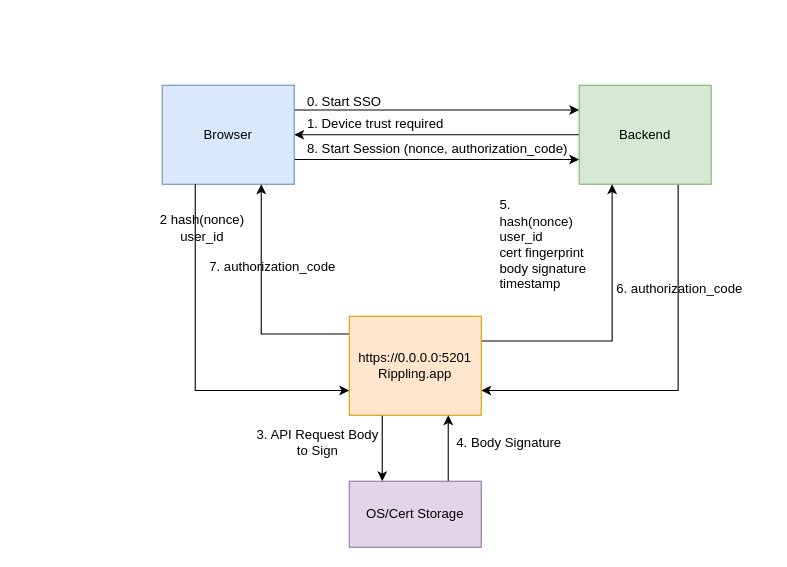
The draw.io diagram Untitled Diagram June 24, 2024.drawio in hyzhangsf/back_up_scripts, before the edit. Source tidied: cells renumbered, new cells numbered last; positions are measured from the earlier drawing's top-left corner, leaving out a move shared by most shapes. Both pictures are drawn from the tidied source at 110%, with x=0, y=0 at pixel (146, 85).
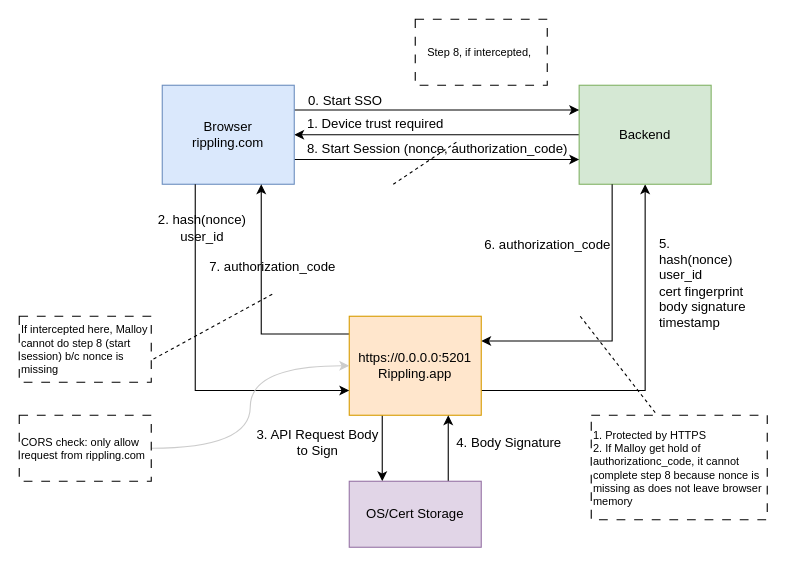
The same diagram, later.

The change refers to these unchanged cells:
```xml
<mxCell id="4" value="Backend" style="rounded=0;whiteSpace=wrap;html=1;fillColor=#d5e8d4;strokeColor=#82b366;" parent="1" vertex="1">
  <mxGeometry x="393" width="120" height="90" as="geometry" />
</mxCell>
<mxCell id="11" value="&lt;div&gt;https://0.0.0.0:5201&lt;/div&gt;Rippling.app" style="rounded=0;whiteSpace=wrap;html=1;fillColor=#ffe6cc;strokeColor=#d79b00;" parent="1" vertex="1">
  <mxGeometry x="184" y="210" width="120" height="90" as="geometry" />
</mxCell>
```

What changed in the source:
```diff
@@
-    <mxCell id="3" style="edgeStyle=orthogonalEdgeStyle;rounded=0;jettySize=auto;html=1;exitX=0.75;exitY=1;exitDx=0;exitDy=0;entryX=1;entryY=0.75;entryDx=0;entryDy=0;" parent="1" edge="1" source="4" target="11">
+    <mxCell id="3" style="edgeStyle=orthogonalEdgeStyle;rounded=0;jettySize=auto;html=1;exitX=1;exitY=0.75;exitDx=0;exitDy=0;entryX=0.5;entryY=1;entryDx=0;entryDy=0;strokeColor=default;" parent="1" edge="1" source="11" target="4">
       <mxGeometry relative="1" as="geometry" />
     </mxCell>
@@
-    <mxCell id="7" value="Browser" style="rounded=0;whiteSpace=wrap;html=1;fillColor=#dae8fc;strokeColor=#6c8ebf;" parent="1" vertex="1">
+    <mxCell id="7" value="Browser&lt;div&gt;rippling.com&lt;/div&gt;" style="rounded=0;whiteSpace=wrap;html=1;fillColor=#dae8fc;strokeColor=#6c8ebf;" parent="1" vertex="1">
       <mxGeometry x="14" width="120" height="90" as="geometry" />
     </mxCell>
@@
-    <mxCell id="9" style="edgeStyle=orthogonalEdgeStyle;rounded=0;jettySize=auto;html=1;exitX=1;exitY=0.25;exitDx=0;exitDy=0;entryX=0.25;entryY=1;entryDx=0;entryDy=0;" parent="1" edge="1" source="11" target="4">
+    <mxCell id="9" style="edgeStyle=orthogonalEdgeStyle;rounded=0;jettySize=auto;html=1;exitX=0.25;exitY=1;exitDx=0;exitDy=0;entryX=1;entryY=0.25;entryDx=0;entryDy=0;" parent="1" edge="1" source="4" target="11">
       <mxGeometry relative="1" as="geometry" />
     </mxCell>
@@
     <mxCell id="14" value="0. Start SSO" style="text;html=1;align=left;verticalAlign=middle;strokeColor=none;fillColor=none;gradientColor=none;" parent="1" vertex="1">
-      <mxGeometry x="144" width="90" height="30" as="geometry" />
+      <mxGeometry x="145" y="-1" width="90" height="30" as="geometry" />
     </mxCell>
@@
-    <mxCell id="18" value="2 hash(nonce)&lt;br&gt;user_id" style="text;html=1;align=center;verticalAlign=middle;strokeColor=none;fillColor=none;gradientColor=none;" parent="1" vertex="1">
+    <mxCell id="18" value="2. hash(nonce)&lt;br&gt;user_id" style="text;html=1;align=center;verticalAlign=middle;strokeColor=none;fillColor=none;gradientColor=none;" parent="1" vertex="1">
       <mxGeometry y="110" width="100" height="40" as="geometry" />
     </mxCell>
@@
     <mxCell id="20" value="5.&lt;div&gt;hash(nonce)&lt;br&gt;user_id&lt;br&gt;cert fingerprint&lt;br&gt;body signature&lt;/div&gt;&lt;div&gt;timestamp&lt;/div&gt;" style="text;html=1;align=left;verticalAlign=middle;strokeColor=none;fillColor=none;gradientColor=none;" parent="1" vertex="1">
-      <mxGeometry x="319" y="95" width="100" height="100" as="geometry" />
+      <mxGeometry x="464" y="130" width="100" height="100" as="geometry" />
     </mxCell>
@@
     <mxCell id="22" value="6. authorization_code" style="text;html=1;align=center;verticalAlign=middle;strokeColor=none;fillColor=none;gradientColor=none;" parent="1" vertex="1">
-      <mxGeometry x="414" y="170" width="140" height="30" as="geometry" />
+      <mxGeometry x="294" y="130" width="140" height="30" as="geometry" />
     </mxCell>
@@
+    <mxCell id="24" style="edgeStyle=orthogonalEdgeStyle;rounded=1;jettySize=auto;html=1;entryX=0;entryY=0.5;entryDx=0;entryDy=0;curved=1;shadow=0;flowAnimation=0;strokeColor=#CCCCCC;" parent="1" edge="1" source="25" target="11">
+      <mxGeometry relative="1" as="geometry" />
+    </mxCell>
+    <mxCell id="25" value="CORS check:&amp;nbsp;&lt;span style=&quot;background-color: initial;&quot;&gt;only allow request from rippling.com&lt;/span&gt;" style="rounded=0;whiteSpace=wrap;html=1;dashed=1;dashPattern=8 8;fontSize=10;align=left;" parent="1" vertex="1">
+      <mxGeometry x="-116" y="300" width="120" height="60" as="geometry" />
+    </mxCell>
+    <mxCell id="26" style="endArrow=none;html=1;rounded=0;dashed=1;" parent="1" edge="1">
+      <mxGeometry relative="1" as="geometry">
+        <mxPoint x="394" y="210" as="sourcePoint" />
+        <mxPoint x="464" y="300" as="targetPoint" />
+      </mxGeometry>
+    </mxCell>
+    <mxCell id="27" value="1. Protected by HTTPS&lt;div style=&quot;font-size: 10px;&quot;&gt;2. If Malloy get hold of authorizationc_code, it cannot complete step 8 because nonce is missing as does not leave browser memory&lt;/div&gt;" style="rounded=0;whiteSpace=wrap;html=1;dashed=1;dashPattern=8 8;align=left;fontSize=10;" parent="1" vertex="1">
+      <mxGeometry x="404" y="300" width="160" height="95" as="geometry" />
+    </mxCell>
+    <mxCell id="28" style="endArrow=none;html=1;rounded=0;dashed=1;" parent="1" edge="1">
+      <mxGeometry relative="1" as="geometry">
+        <mxPoint x="114" y="190" as="sourcePoint" />
+        <mxPoint x="4" y="250" as="targetPoint" />
+      </mxGeometry>
+    </mxCell>
+    <mxCell id="29" value="If intercepted here, Malloy cannot do step 8 (start session) b/c nonce is missing" style="rounded=0;whiteSpace=wrap;html=1;dashed=1;dashPattern=8 8;fontSize=10;align=left;" parent="1" vertex="1">
+      <mxGeometry x="-116" y="210" width="120" height="60" as="geometry" />
+    </mxCell>
+    <mxCell id="30" style="endArrow=none;html=1;rounded=0;dashed=1;" parent="1" edge="1">
+      <mxGeometry relative="1" as="geometry">
+        <mxPoint x="224" y="90" as="sourcePoint" />
+        <mxPoint x="284" y="50" as="targetPoint" />
+      </mxGeometry>
+    </mxCell>
+    <mxCell id="31" value="Step 8, if intercepted,&amp;nbsp;" style="rounded=0;whiteSpace=wrap;html=1;dashed=1;dashPattern=8 8;fontSize=10;" parent="1" vertex="1">
+      <mxGeometry x="244" y="-60" width="120" height="60" as="geometry" />
+    </mxCell>
```
